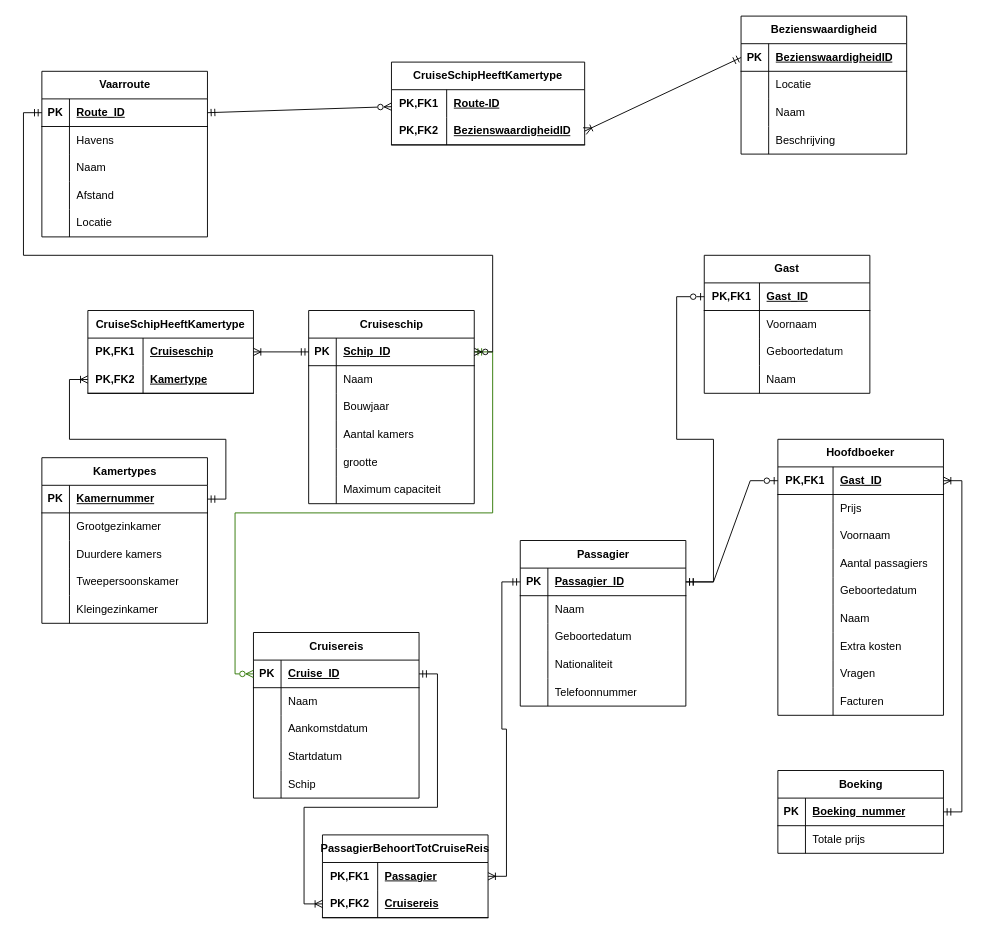
This is logisch datamodel.drawio from IgnaceVanbrabant/prodject-database, a draw.io file, before an edit. Source tidied: cells renumbered, new cells numbered last; positions are measured from the earlier drawing's top-left corner, leaving out a move shared by most shapes. Both pictures are drawn from the tidied source at 92%, with x=0, y=0 at pixel (23, 16).
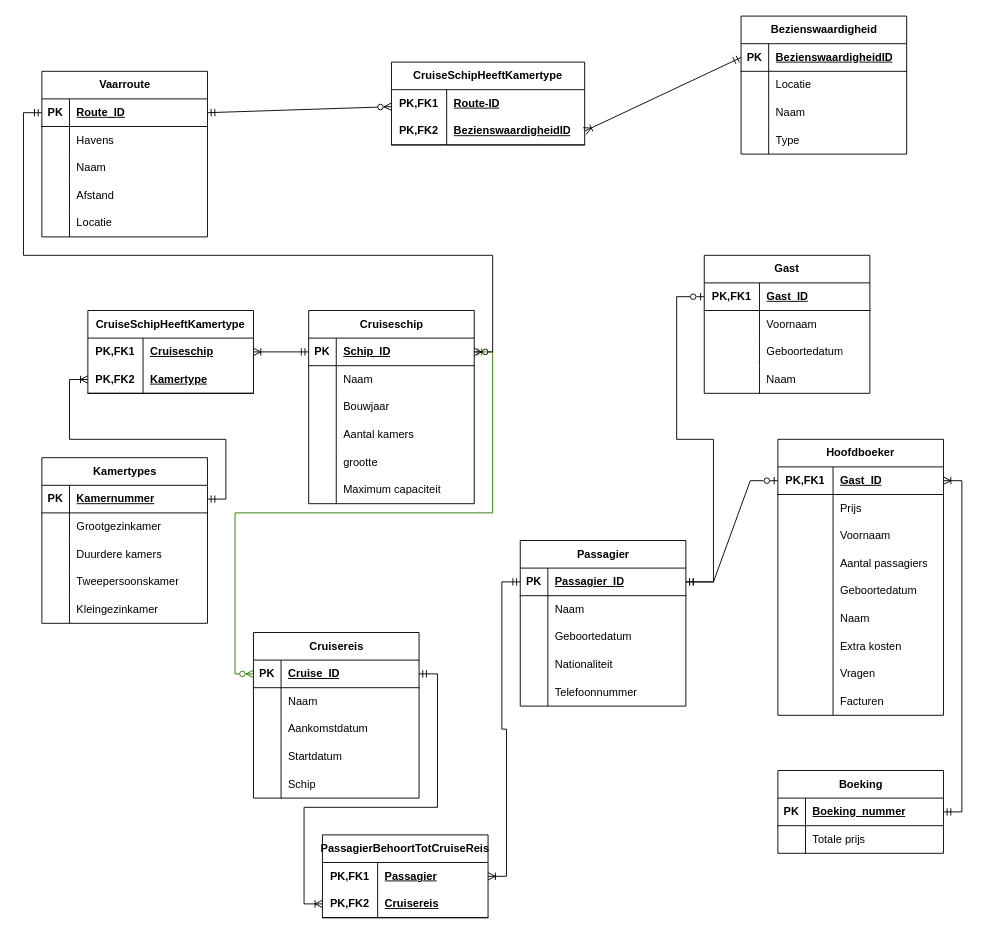
Above is the later version.

Commit message:
beschrijving naar type (bezienswaardigheid)

Unchanged cells that the change refers to:
```xml
<mxCell id="28" style="shape=tableRow;horizontal=0;startSize=0;swimlaneHead=0;swimlaneBody=0;fillColor=none;top=0;left=0;right=0;bottom=0;" parent="18" vertex="1">
  <mxGeometry y="120" width="180" height="30" as="geometry" />
</mxCell>
```

The edit, as a diff of the source:
```diff
@@
-    <mxCell id="30" value="Beschrijving" style="shape=partialRectangle;fillColor=none;top=0;left=0;bottom=0;right=0;align=left;spacingLeft=6;overflow=hidden;whiteSpace=wrap;html=1;" parent="28" vertex="1">
+    <mxCell id="30" value="Type" style="shape=partialRectangle;fillColor=none;top=0;left=0;bottom=0;right=0;align=left;spacingLeft=6;overflow=hidden;whiteSpace=wrap;html=1;" parent="28" vertex="1">
       <mxGeometry x="30" width="150" height="30" as="geometry" />
     </mxCell>
```
